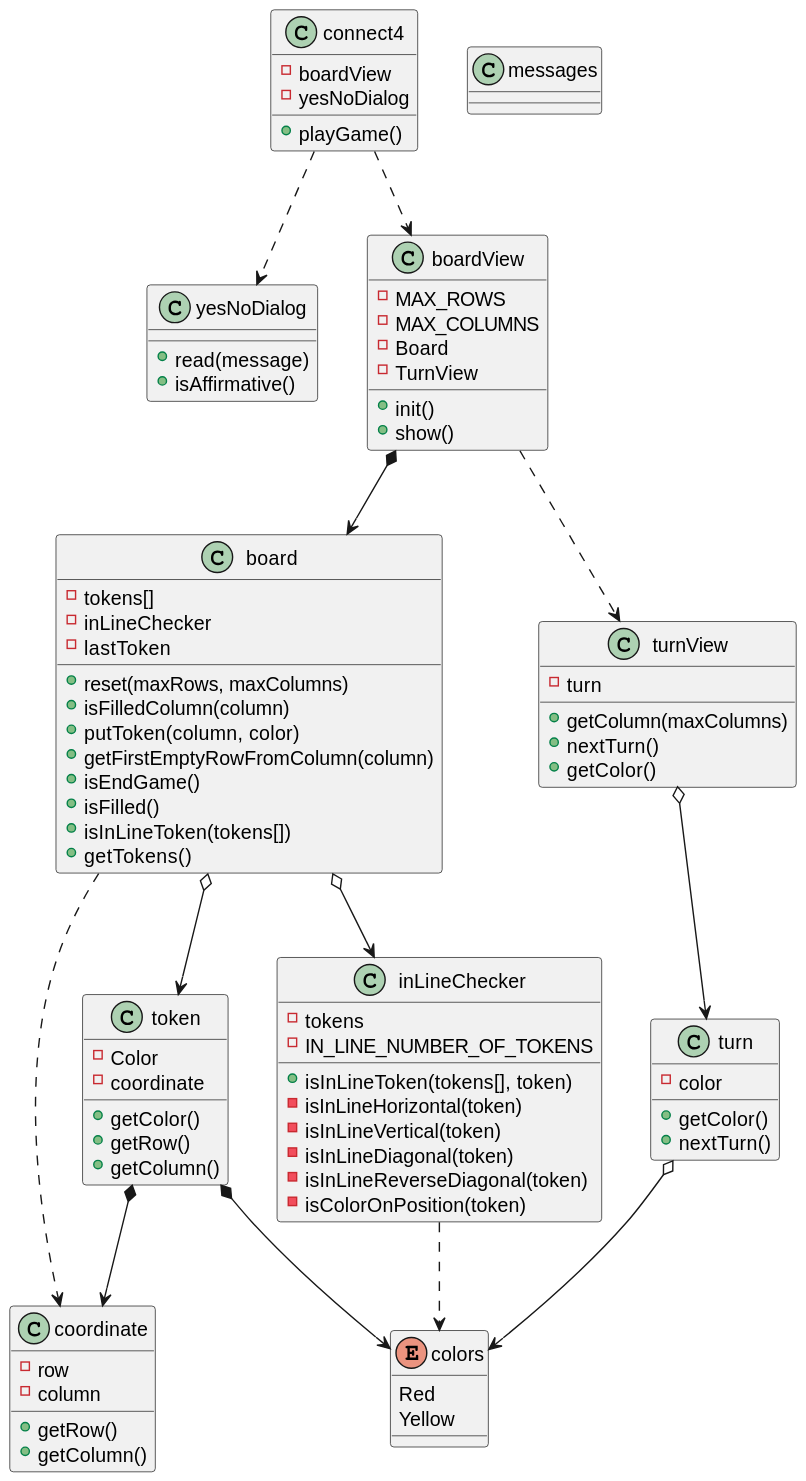
This is out/UML/softwareModel/softwareModel.svg from jumpering/connect4, a PlantUML export, as it was before one commit.
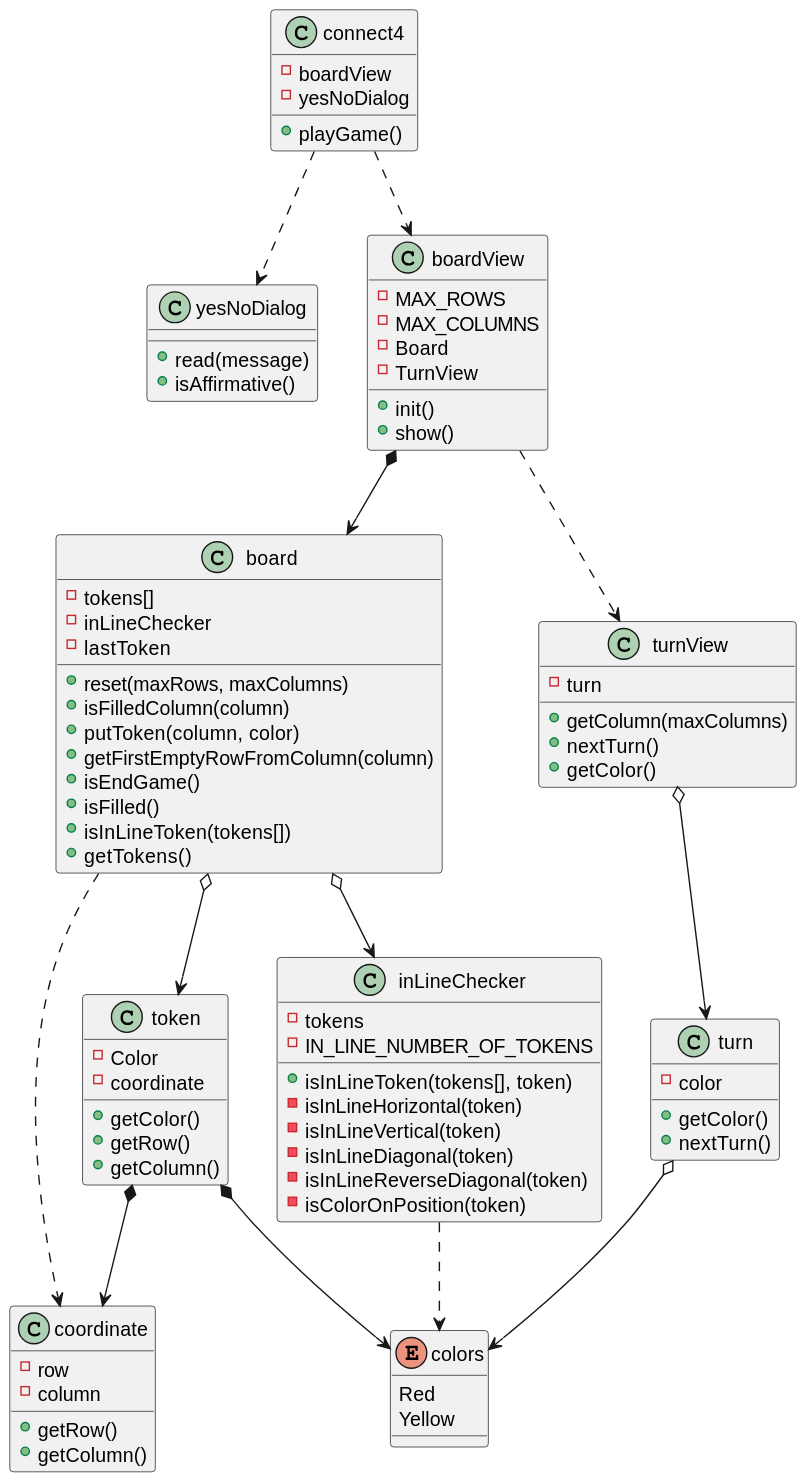
Above is the later version.

Commit message:
erase class messages from UML softwareModel

What changed in the source:
```diff
@@ -74,10 +74,6 @@
 Yellow
 }
 
-class messages{
-
-}
-
 connect4 ..> boardView
 connect4 ..> yesNoDialog
 boardView *--> board
```
